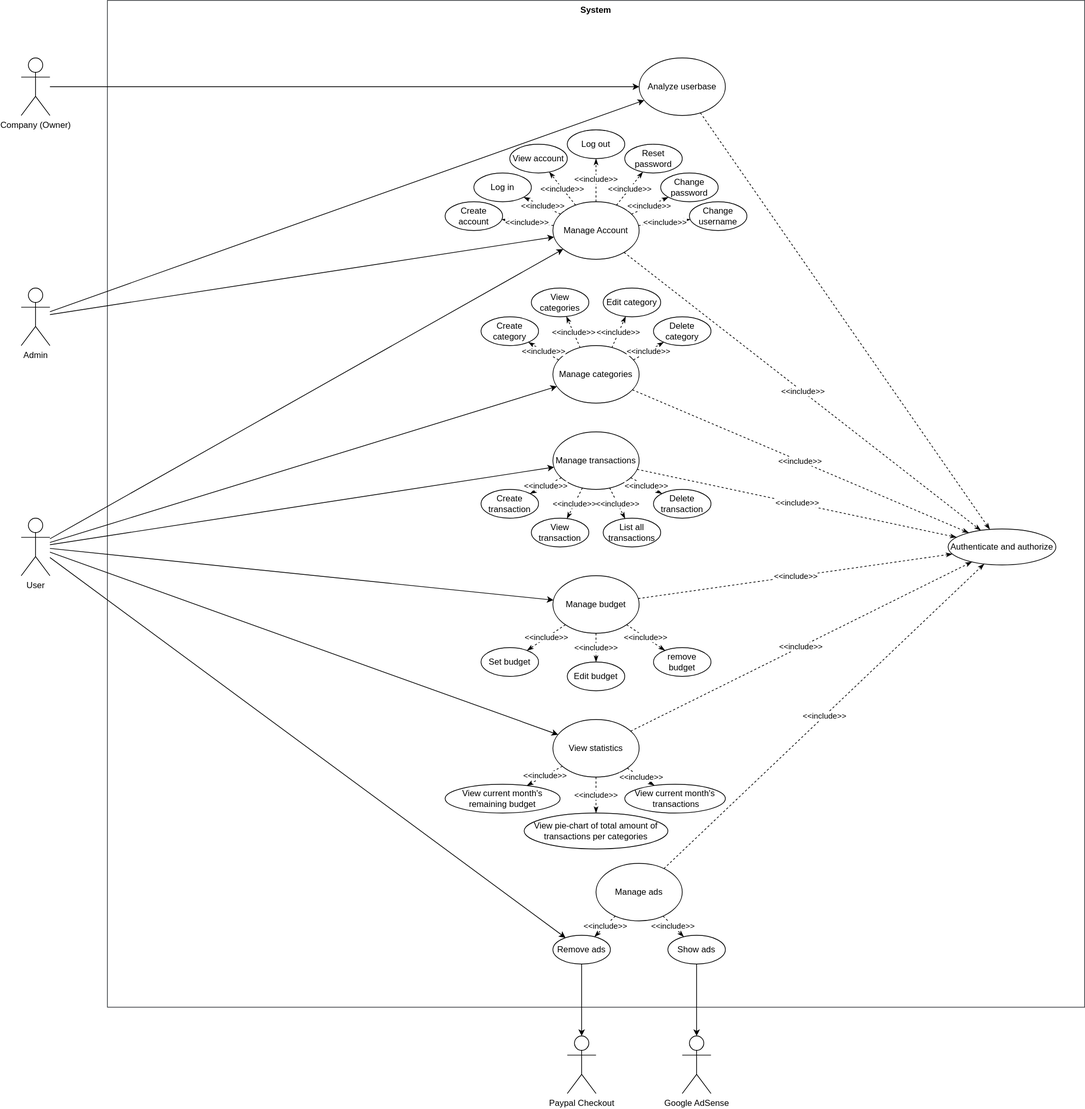
This is diagrams/UseCaseDiagramV2.svg from pucciorenzo/softengTesting, a draw.io export, as it was before one commit. Source tidied: cells renumbered, new cells last; positions are measured from the earlier drawing's top-left corner, leaving out a move shared by most shapes. Source of this version:
```xml
<mxGraphModel>
  <root>
    <mxCell id="0" />
    <mxCell id="1" parent="0" />
    <mxCell id="2" value="System" style="shape=rect;html=1;verticalAlign=top;fontStyle=1;whiteSpace=wrap;align=center;fillColor=none;strokeColor=#36393d;" parent="1" vertex="1">
      <mxGeometry x="120" width="1360" height="1400" as="geometry" />
    </mxCell>
    <mxCell id="3" style="rounded=0;jettySize=auto;html=1;" parent="1" edge="1" source="5" target="6">
      <mxGeometry relative="1" as="geometry" />
    </mxCell>
    <mxCell id="4" style="rounded=0;jettySize=auto;html=1;" parent="1" edge="1" source="5" target="9">
      <mxGeometry relative="1" as="geometry" />
    </mxCell>
    <mxCell id="5" value="User" style="shape=umlActor;html=1;verticalLabelPosition=bottom;verticalAlign=top;align=center;" parent="1" vertex="1">
      <mxGeometry y="720" width="40" height="80" as="geometry" />
    </mxCell>
    <mxCell id="6" value="Manage Account" style="ellipse;whiteSpace=wrap;html=1;" parent="1" vertex="1">
      <mxGeometry x="740" y="280" width="120" height="80" as="geometry" />
    </mxCell>
    <mxCell id="7" value="Log in" style="ellipse;whiteSpace=wrap;html=1;" parent="1" vertex="1">
      <mxGeometry x="630" y="240" width="80" height="40" as="geometry" />
    </mxCell>
    <mxCell id="8" value="Log out" style="ellipse;whiteSpace=wrap;html=1;" parent="1" vertex="1">
      <mxGeometry x="760" y="180" width="80" height="40" as="geometry" />
    </mxCell>
    <mxCell id="9" value="Manage categories" style="ellipse;whiteSpace=wrap;html=1;" parent="1" vertex="1">
      <mxGeometry x="740" y="480" width="120" height="80" as="geometry" />
    </mxCell>
    <mxCell id="10" style="rounded=0;jettySize=auto;html=1;" parent="1" edge="1" source="5" target="11">
      <mxGeometry relative="1" as="geometry" />
    </mxCell>
    <mxCell id="11" value="Manage transactions" style="ellipse;whiteSpace=wrap;html=1;" parent="1" vertex="1">
      <mxGeometry x="740" y="600" width="120" height="80" as="geometry" />
    </mxCell>
    <mxCell id="12" value="Authenticate and authorize" style="ellipse;whiteSpace=wrap;html=1;" parent="1" vertex="1">
      <mxGeometry x="1290" y="735" width="150" height="50" as="geometry" />
    </mxCell>
    <mxCell id="13" value="Create transaction" style="ellipse;whiteSpace=wrap;html=1;" parent="1" vertex="1">
      <mxGeometry x="640" y="680" width="80" height="40" as="geometry" />
    </mxCell>
    <mxCell id="14" value="View transaction" style="ellipse;whiteSpace=wrap;html=1;" parent="1" vertex="1">
      <mxGeometry x="710" y="720" width="80" height="40" as="geometry" />
    </mxCell>
    <mxCell id="15" value="&amp;lt;&amp;lt;include&amp;gt;&amp;gt;" style="endArrow=classicThin;dashed=1;html=1;rounded=0;endFill=1;" parent="1" edge="1" source="11" target="14">
      <mxGeometry relative="1" as="geometry" />
    </mxCell>
    <mxCell id="16" value="&amp;lt;&amp;lt;include&amp;gt;&amp;gt;" style="endArrow=classicThin;dashed=1;html=1;rounded=0;endFill=1;" parent="1" edge="1" source="11" target="17">
      <mxGeometry relative="1" as="geometry" />
    </mxCell>
    <mxCell id="17" value="Delete transaction" style="ellipse;whiteSpace=wrap;html=1;" parent="1" vertex="1">
      <mxGeometry x="880" y="680" width="80" height="40" as="geometry" />
    </mxCell>
    <mxCell id="18" value="&amp;lt;&amp;lt;include&amp;gt;&amp;gt;" style="endArrow=classicThin;dashed=1;html=1;rounded=0;endFill=1;" parent="1" edge="1" source="6" target="21">
      <mxGeometry relative="1" as="geometry" />
    </mxCell>
    <mxCell id="19" value="&amp;lt;&amp;lt;include&amp;gt;&amp;gt;" style="endArrow=classicThin;dashed=1;html=1;rounded=0;endFill=1;" parent="1" edge="1" source="6" target="7">
      <mxGeometry relative="1" as="geometry" />
    </mxCell>
    <mxCell id="20" value="&amp;lt;&amp;lt;include&amp;gt;&amp;gt;" style="endArrow=classicThin;dashed=1;html=1;rounded=0;endFill=1;" parent="1" edge="1" source="6" target="8">
      <mxGeometry relative="1" as="geometry" />
    </mxCell>
    <mxCell id="21" value="Create account" style="ellipse;whiteSpace=wrap;html=1;" parent="1" vertex="1">
      <mxGeometry x="590" y="280" width="80" height="40" as="geometry" />
    </mxCell>
    <mxCell id="22" value="&amp;lt;&amp;lt;include&amp;gt;&amp;gt;" style="endArrow=classicThin;dashed=1;html=1;rounded=0;endFill=1;" parent="1" edge="1" source="6" target="12">
      <mxGeometry relative="1" as="geometry" />
    </mxCell>
    <mxCell id="23" value="&amp;lt;&amp;lt;include&amp;gt;&amp;gt;" style="endArrow=classicThin;dashed=1;html=1;rounded=0;endFill=1;" parent="1" edge="1" source="9" target="12">
      <mxGeometry relative="1" as="geometry" />
    </mxCell>
    <mxCell id="24" value="&amp;lt;&amp;lt;include&amp;gt;&amp;gt;" style="endArrow=classicThin;dashed=1;html=1;rounded=0;endFill=1;" parent="1" edge="1" source="11" target="12">
      <mxGeometry relative="1" as="geometry" />
    </mxCell>
    <mxCell id="25" value="&amp;lt;&amp;lt;include&amp;gt;&amp;gt;" style="endArrow=classicThin;dashed=1;html=1;rounded=0;endFill=1;" parent="1" edge="1" source="11" target="13">
      <mxGeometry relative="1" as="geometry" />
    </mxCell>
    <mxCell id="26" value="View account" style="ellipse;whiteSpace=wrap;html=1;" parent="1" vertex="1">
      <mxGeometry x="680" y="200" width="80" height="40" as="geometry" />
    </mxCell>
    <mxCell id="27" value="&amp;lt;&amp;lt;include&amp;gt;&amp;gt;" style="endArrow=classicThin;dashed=1;html=1;rounded=0;endFill=1;" parent="1" edge="1" source="6" target="26">
      <mxGeometry relative="1" as="geometry" />
    </mxCell>
    <mxCell id="28" style="rounded=0;jettySize=auto;html=1;" parent="1" edge="1" source="5" target="29">
      <mxGeometry relative="1" as="geometry" />
    </mxCell>
    <mxCell id="29" value="Manage budget" style="ellipse;whiteSpace=wrap;html=1;" parent="1" vertex="1">
      <mxGeometry x="740" y="800" width="120" height="80" as="geometry" />
    </mxCell>
    <mxCell id="30" value="Set budget" style="ellipse;whiteSpace=wrap;html=1;" parent="1" vertex="1">
      <mxGeometry x="640" y="900" width="80" height="40" as="geometry" />
    </mxCell>
    <mxCell id="31" value="Edit budget" style="ellipse;whiteSpace=wrap;html=1;" parent="1" vertex="1">
      <mxGeometry x="760" y="920" width="80" height="40" as="geometry" />
    </mxCell>
    <mxCell id="32" value="remove budget" style="ellipse;whiteSpace=wrap;html=1;" parent="1" vertex="1">
      <mxGeometry x="880" y="900" width="80" height="40" as="geometry" />
    </mxCell>
    <mxCell id="33" value="&amp;lt;&amp;lt;include&amp;gt;&amp;gt;" style="endArrow=classicThin;dashed=1;html=1;rounded=0;endFill=1;" parent="1" edge="1" source="29" target="32">
      <mxGeometry relative="1" as="geometry" />
    </mxCell>
    <mxCell id="34" value="&amp;lt;&amp;lt;include&amp;gt;&amp;gt;" style="endArrow=classicThin;dashed=1;html=1;rounded=0;endFill=1;" parent="1" edge="1" source="29" target="31">
      <mxGeometry relative="1" as="geometry" />
    </mxCell>
    <mxCell id="35" value="&amp;lt;&amp;lt;include&amp;gt;&amp;gt;" style="endArrow=classicThin;dashed=1;html=1;rounded=0;endFill=1;" parent="1" edge="1" source="29" target="30">
      <mxGeometry relative="1" as="geometry" />
    </mxCell>
    <mxCell id="36" value="View categories" style="ellipse;whiteSpace=wrap;html=1;" parent="1" vertex="1">
      <mxGeometry x="710" y="400" width="80" height="40" as="geometry" />
    </mxCell>
    <mxCell id="37" value="&amp;lt;&amp;lt;include&amp;gt;&amp;gt;" style="endArrow=classicThin;dashed=1;html=1;rounded=0;endFill=1;" parent="1" edge="1" target="40">
      <mxGeometry relative="1" as="geometry">
        <mxPoint x="748" y="500" as="sourcePoint" />
      </mxGeometry>
    </mxCell>
    <mxCell id="38" value="&amp;lt;&amp;lt;include&amp;gt;&amp;gt;" style="endArrow=classicThin;dashed=1;html=1;rounded=0;endFill=1;" parent="1" edge="1" target="36">
      <mxGeometry relative="1" as="geometry">
        <mxPoint x="778" y="483" as="sourcePoint" />
      </mxGeometry>
    </mxCell>
    <mxCell id="39" value="&amp;lt;&amp;lt;include&amp;gt;&amp;gt;" style="endArrow=classicThin;dashed=1;html=1;rounded=0;endFill=1;" parent="1" edge="1" target="43">
      <mxGeometry relative="1" as="geometry">
        <mxPoint x="852" y="500" as="sourcePoint" />
      </mxGeometry>
    </mxCell>
    <mxCell id="40" value="Create category" style="ellipse;whiteSpace=wrap;html=1;" parent="1" vertex="1">
      <mxGeometry x="640" y="440" width="80" height="40" as="geometry" />
    </mxCell>
    <mxCell id="41" value="Edit category" style="ellipse;whiteSpace=wrap;html=1;" parent="1" vertex="1">
      <mxGeometry x="810" y="400" width="80" height="40" as="geometry" />
    </mxCell>
    <mxCell id="42" value="&amp;lt;&amp;lt;include&amp;gt;&amp;gt;" style="endArrow=classicThin;dashed=1;html=1;rounded=0;endFill=1;" parent="1" edge="1" target="41">
      <mxGeometry relative="1" as="geometry">
        <mxPoint x="822" y="483" as="sourcePoint" />
      </mxGeometry>
    </mxCell>
    <mxCell id="43" value="Delete category" style="ellipse;whiteSpace=wrap;html=1;" parent="1" vertex="1">
      <mxGeometry x="880" y="440" width="80" height="40" as="geometry" />
    </mxCell>
    <mxCell id="44" value="Change password" style="ellipse;whiteSpace=wrap;html=1;" parent="1" vertex="1">
      <mxGeometry x="890" y="240" width="80" height="40" as="geometry" />
    </mxCell>
    <mxCell id="45" value="&amp;lt;&amp;lt;include&amp;gt;&amp;gt;" style="endArrow=classicThin;dashed=1;html=1;rounded=0;endFill=1;" parent="1" edge="1" source="6" target="48">
      <mxGeometry relative="1" as="geometry" />
    </mxCell>
    <mxCell id="46" value="&amp;lt;&amp;lt;include&amp;gt;&amp;gt;" style="endArrow=classicThin;dashed=1;html=1;rounded=0;endFill=1;" parent="1" edge="1" source="6" target="49">
      <mxGeometry relative="1" as="geometry" />
    </mxCell>
    <mxCell id="47" value="&amp;lt;&amp;lt;include&amp;gt;&amp;gt;" style="endArrow=classicThin;dashed=1;html=1;rounded=0;endFill=1;" parent="1" edge="1" source="6" target="44">
      <mxGeometry relative="1" as="geometry" />
    </mxCell>
    <mxCell id="48" value="Change username" style="ellipse;whiteSpace=wrap;html=1;" parent="1" vertex="1">
      <mxGeometry x="930" y="280" width="80" height="40" as="geometry" />
    </mxCell>
    <mxCell id="49" value="Reset password" style="ellipse;whiteSpace=wrap;html=1;" parent="1" vertex="1">
      <mxGeometry x="840" y="200" width="80" height="40" as="geometry" />
    </mxCell>
    <mxCell id="50" value="&amp;lt;&amp;lt;include&amp;gt;&amp;gt;" style="endArrow=classicThin;dashed=1;html=1;rounded=0;endFill=1;" parent="1" edge="1" source="29" target="12">
      <mxGeometry relative="1" as="geometry" />
    </mxCell>
    <mxCell id="51" value="View statistics" style="ellipse;whiteSpace=wrap;html=1;" parent="1" vertex="1">
      <mxGeometry x="740" y="1000" width="120" height="80" as="geometry" />
    </mxCell>
    <mxCell id="52" value="View current month's &lt;br&gt;remaining budget" style="ellipse;whiteSpace=wrap;html=1;" parent="1" vertex="1">
      <mxGeometry x="590" y="1090" width="160" height="40" as="geometry" />
    </mxCell>
    <mxCell id="53" value="View current month's&lt;br&gt;&amp;nbsp;transactions" style="ellipse;whiteSpace=wrap;html=1;" parent="1" vertex="1">
      <mxGeometry x="840" y="1090" width="140" height="40" as="geometry" />
    </mxCell>
    <mxCell id="54" value="View pie-chart of total amount of &lt;br&gt;transactions per categories" style="ellipse;whiteSpace=wrap;html=1;" parent="1" vertex="1">
      <mxGeometry x="700" y="1130" width="200" height="50" as="geometry" />
    </mxCell>
    <mxCell id="55" value="&amp;lt;&amp;lt;include&amp;gt;&amp;gt;" style="endArrow=classicThin;dashed=1;html=1;rounded=0;endFill=1;" parent="1" edge="1" source="51" target="54">
      <mxGeometry relative="1" as="geometry" />
    </mxCell>
    <mxCell id="56" value="&amp;lt;&amp;lt;include&amp;gt;&amp;gt;" style="endArrow=classicThin;dashed=1;html=1;rounded=0;endFill=1;" parent="1" edge="1" source="51" target="53">
      <mxGeometry relative="1" as="geometry" />
    </mxCell>
    <mxCell id="57" value="&amp;lt;&amp;lt;include&amp;gt;&amp;gt;" style="endArrow=classicThin;dashed=1;html=1;rounded=0;endFill=1;" parent="1" edge="1" source="51" target="52">
      <mxGeometry relative="1" as="geometry" />
    </mxCell>
    <mxCell id="58" style="rounded=0;jettySize=auto;html=1;" parent="1" edge="1" source="5" target="51">
      <mxGeometry relative="1" as="geometry" />
    </mxCell>
    <mxCell id="59" value="&amp;lt;&amp;lt;include&amp;gt;&amp;gt;" style="endArrow=classicThin;dashed=1;html=1;rounded=0;endFill=1;" parent="1" edge="1" source="51" target="12">
      <mxGeometry relative="1" as="geometry" />
    </mxCell>
    <mxCell id="60" style="edgeStyle=orthogonalEdgeStyle;rounded=0;orthogonalLoop=1;jettySize=auto;html=1;exitX=0.5;exitY=1;exitDx=0;exitDy=0;" parent="1" edge="1" source="12" target="12">
      <mxGeometry relative="1" as="geometry" />
    </mxCell>
    <mxCell id="61" value="Admin" style="shape=umlActor;html=1;verticalLabelPosition=bottom;verticalAlign=top;align=center;" parent="1" vertex="1">
      <mxGeometry y="400" width="40" height="80" as="geometry" />
    </mxCell>
    <mxCell id="62" value="Analyze userbase" style="ellipse;whiteSpace=wrap;html=1;" parent="1" vertex="1">
      <mxGeometry x="860" y="80" width="120" height="80" as="geometry" />
    </mxCell>
    <mxCell id="63" value="Company (Owner)" style="shape=umlActor;html=1;verticalLabelPosition=bottom;verticalAlign=top;align=center;" parent="1" vertex="1">
      <mxGeometry y="80" width="40" height="80" as="geometry" />
    </mxCell>
    <mxCell id="64" style="endArrow=classic;html=1;rounded=0;" parent="1" edge="1" source="61" target="6">
      <mxGeometry relative="1" as="geometry" />
    </mxCell>
    <mxCell id="65" style="endArrow=classic;html=1;rounded=0;" parent="1" edge="1" source="63" target="62">
      <mxGeometry relative="1" as="geometry" />
    </mxCell>
    <mxCell id="66" style="endArrow=classicThin;dashed=1;html=1;rounded=0;endFill=1;" parent="1" edge="1" source="62" target="12">
      <mxGeometry relative="1" as="geometry" />
    </mxCell>
    <mxCell id="67" style="endArrow=classic;html=1;rounded=0;" parent="1" edge="1" source="61" target="62">
      <mxGeometry relative="1" as="geometry" />
    </mxCell>
    <mxCell id="68" value="List all transactions" style="ellipse;whiteSpace=wrap;html=1;" parent="1" vertex="1">
      <mxGeometry x="810" y="720" width="80" height="40" as="geometry" />
    </mxCell>
    <mxCell id="69" value="&amp;lt;&amp;lt;include&amp;gt;&amp;gt;" style="endArrow=classicThin;dashed=1;html=1;rounded=0;endFill=1;" parent="1" edge="1" source="11" target="68">
      <mxGeometry relative="1" as="geometry" />
    </mxCell>
    <mxCell id="70" value="Manage ads" style="ellipse;whiteSpace=wrap;html=1;" parent="1" vertex="1">
      <mxGeometry x="800" y="1200" width="120" height="80" as="geometry" />
    </mxCell>
    <mxCell id="71" value="Remove ads" style="ellipse;whiteSpace=wrap;html=1;" parent="1" vertex="1">
      <mxGeometry x="740" y="1300" width="80" height="40" as="geometry" />
    </mxCell>
    <mxCell id="72" value="Show ads" style="ellipse;whiteSpace=wrap;html=1;" parent="1" vertex="1">
      <mxGeometry x="900" y="1300" width="80" height="40" as="geometry" />
    </mxCell>
    <mxCell id="73" value="&amp;lt;&amp;lt;include&amp;gt;&amp;gt;" style="endArrow=classicThin;dashed=1;html=1;rounded=0;endFill=1;" parent="1" edge="1" source="70" target="72">
      <mxGeometry relative="1" as="geometry" />
    </mxCell>
    <mxCell id="74" value="&amp;lt;&amp;lt;include&amp;gt;&amp;gt;" style="endArrow=classicThin;dashed=1;html=1;rounded=0;endFill=1;" parent="1" edge="1" source="70" target="71">
      <mxGeometry relative="1" as="geometry" />
    </mxCell>
    <mxCell id="75" style="rounded=0;jettySize=auto;html=1;" parent="1" edge="1" source="5" target="71">
      <mxGeometry relative="1" as="geometry" />
    </mxCell>
    <mxCell id="76" value="&amp;lt;&amp;lt;include&amp;gt;&amp;gt;" style="endArrow=classicThin;dashed=1;html=1;rounded=0;endFill=1;" parent="1" edge="1" source="70" target="12">
      <mxGeometry relative="1" as="geometry" />
    </mxCell>
    <mxCell id="77" value="Google AdSense" style="shape=umlActor;html=1;verticalLabelPosition=bottom;verticalAlign=top;align=center;" parent="1" vertex="1">
      <mxGeometry x="920" y="1440" width="40" height="80" as="geometry" />
    </mxCell>
    <mxCell id="78" style="endArrow=classic;html=1;rounded=0;" parent="1" edge="1" source="72" target="77">
      <mxGeometry relative="1" as="geometry" />
    </mxCell>
    <mxCell id="79" value="Paypal Checkout" style="shape=umlActor;html=1;verticalLabelPosition=bottom;verticalAlign=top;align=center;" parent="1" vertex="1">
      <mxGeometry x="760" y="1440" width="40" height="80" as="geometry" />
    </mxCell>
    <mxCell id="80" style="endArrow=classic;html=1;rounded=0;" parent="1" edge="1" source="71" target="79">
      <mxGeometry relative="1" as="geometry" />
    </mxCell>
  </root>
</mxGraphModel>
```
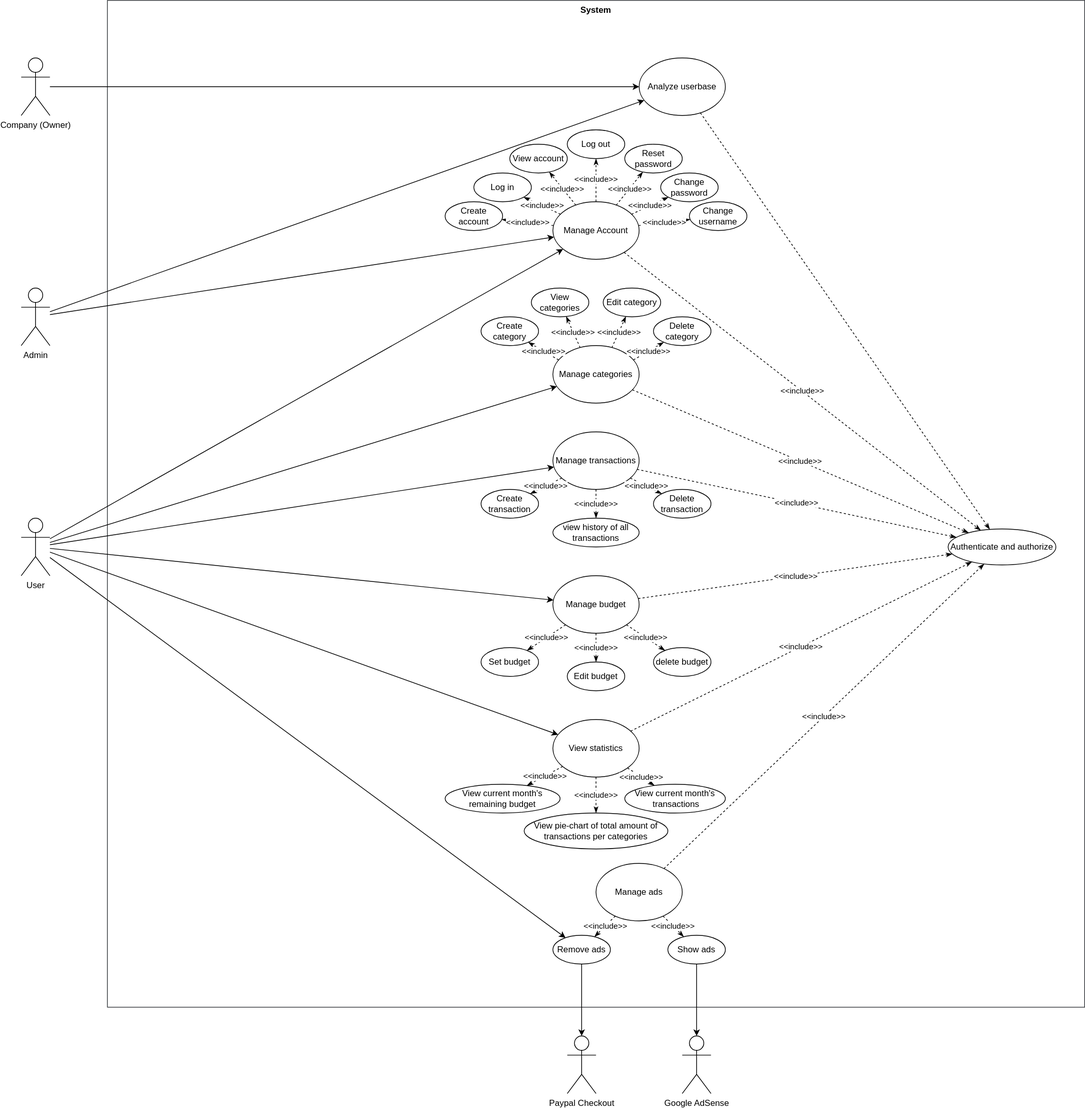
The same diagram one commit later.

Diff of the diagram source:
```diff
@@ -38,12 +38,6 @@
     <mxCell id="13" value="Create transaction" style="ellipse;whiteSpace=wrap;html=1;" parent="1" vertex="1">
       <mxGeometry x="640" y="680" width="80" height="40" as="geometry" />
     </mxCell>
-    <mxCell id="14" value="View transaction" style="ellipse;whiteSpace=wrap;html=1;" parent="1" vertex="1">
-      <mxGeometry x="710" y="720" width="80" height="40" as="geometry" />
-    </mxCell>
-    <mxCell id="15" value="&amp;lt;&amp;lt;include&amp;gt;&amp;gt;" style="endArrow=classicThin;dashed=1;html=1;rounded=0;endFill=1;" parent="1" edge="1" source="11" target="14">
-      <mxGeometry relative="1" as="geometry" />
-    </mxCell>
     <mxCell id="16" value="&amp;lt;&amp;lt;include&amp;gt;&amp;gt;" style="endArrow=classicThin;dashed=1;html=1;rounded=0;endFill=1;" parent="1" edge="1" source="11" target="17">
       <mxGeometry relative="1" as="geometry" />
     </mxCell>
@@ -92,7 +86,7 @@
     <mxCell id="31" value="Edit budget" style="ellipse;whiteSpace=wrap;html=1;" parent="1" vertex="1">
       <mxGeometry x="760" y="920" width="80" height="40" as="geometry" />
     </mxCell>
-    <mxCell id="32" value="remove budget" style="ellipse;whiteSpace=wrap;html=1;" parent="1" vertex="1">
+    <mxCell id="32" value="delete budget" style="ellipse;whiteSpace=wrap;html=1;" parent="1" vertex="1">
       <mxGeometry x="880" y="900" width="80" height="40" as="geometry" />
     </mxCell>
     <mxCell id="33" value="&amp;lt;&amp;lt;include&amp;gt;&amp;gt;" style="endArrow=classicThin;dashed=1;html=1;rounded=0;endFill=1;" parent="1" edge="1" source="29" target="32">
@@ -208,8 +202,8 @@
     <mxCell id="67" style="endArrow=classic;html=1;rounded=0;" parent="1" edge="1" source="61" target="62">
       <mxGeometry relative="1" as="geometry" />
     </mxCell>
-    <mxCell id="68" value="List all transactions" style="ellipse;whiteSpace=wrap;html=1;" parent="1" vertex="1">
-      <mxGeometry x="810" y="720" width="80" height="40" as="geometry" />
+    <mxCell id="68" value="view history of all transactions" style="ellipse;whiteSpace=wrap;html=1;" parent="1" vertex="1">
+      <mxGeometry x="740" y="720" width="120" height="40" as="geometry" />
     </mxCell>
     <mxCell id="69" value="&amp;lt;&amp;lt;include&amp;gt;&amp;gt;" style="endArrow=classicThin;dashed=1;html=1;rounded=0;endFill=1;" parent="1" edge="1" source="11" target="68">
       <mxGeometry relative="1" as="geometry" />
```
